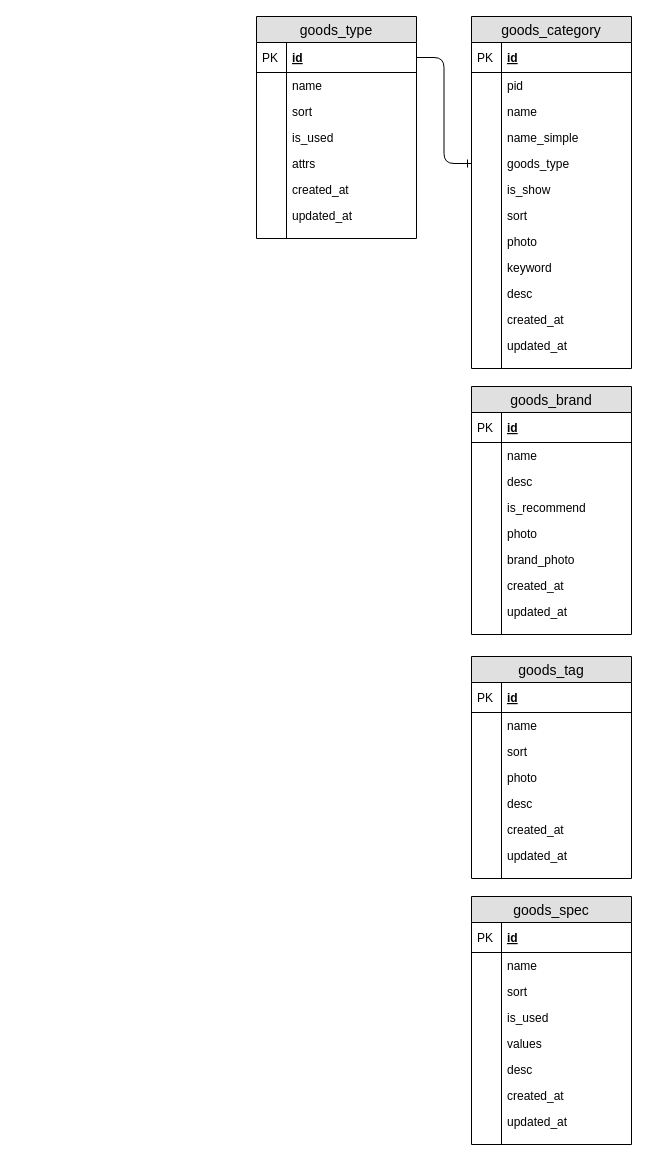
The draw.io diagram 个人开源电商/littlemall_serivce_sql.drawio in wurh/myDesignDoc, before the edit. Source tidied: cells renumbered, new cells numbered last; positions are measured from the earlier drawing's top-left corner, leaving out a move shared by most shapes. Both pictures are drawn from the tidied source at 100%, with x=0, y=0 at pixel (256, 16).
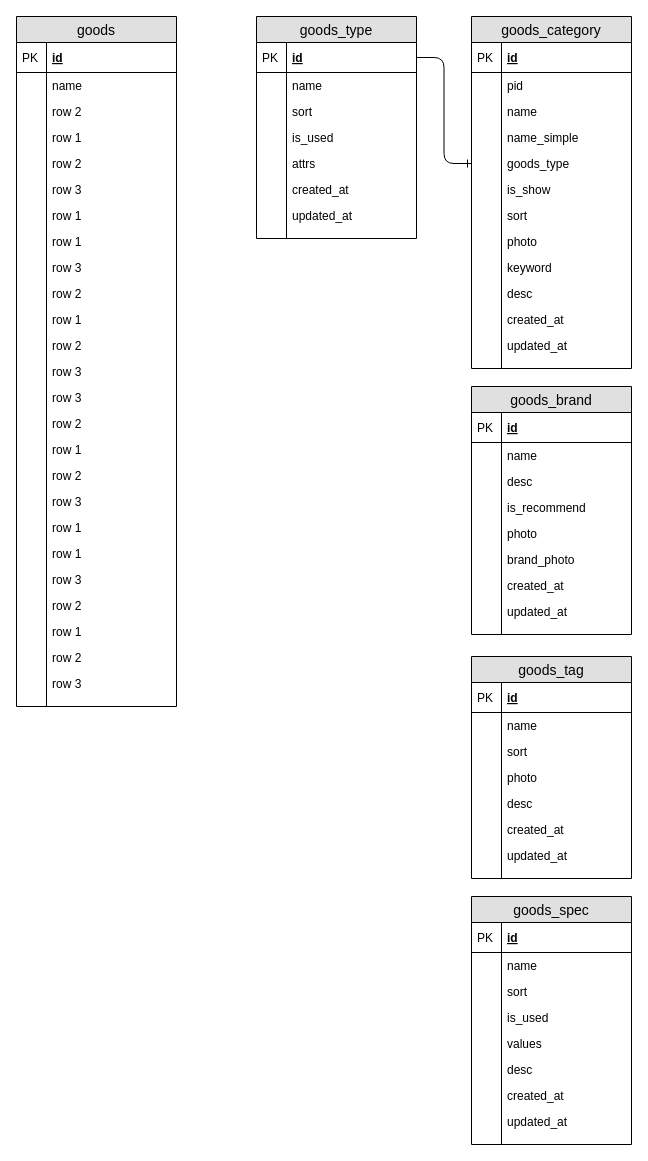
The same diagram, later.

Diff of the diagram source:
```diff
@@
+    <mxCell id="102" value="goods" style="swimlane;fontStyle=0;horizontal=1;startSize=26;fillColor=#e0e0e0;swimlaneFillColor=#ffffff;align=center;fontSize=14;" parent="1" vertex="1">
+      <mxGeometry x="-240" width="160" height="690" as="geometry" />
+    </mxCell>
+    <mxCell id="103" value="id" style="shape=partialRectangle;top=0;left=0;right=0;bottom=1;align=left;verticalAlign=middle;fillColor=none;spacingLeft=34;spacingRight=4;overflow=hidden;fontStyle=5;fontSize=12;" parent="102" vertex="1">
+      <mxGeometry y="26" width="160" height="30" as="geometry" />
+    </mxCell>
+    <mxCell id="104" value="PK" style="shape=partialRectangle;top=0;left=0;bottom=0;fillColor=none;align=left;verticalAlign=middle;spacingLeft=4;spacingRight=4;overflow=hidden;fontSize=12;" parent="103" vertex="1">
+      <mxGeometry width="30" height="30" as="geometry" />
+    </mxCell>
+    <mxCell id="105" value="name" style="shape=partialRectangle;top=0;left=0;right=0;bottom=0;align=left;verticalAlign=top;fillColor=none;spacingLeft=34;spacingRight=4;overflow=hidden;fontSize=12;" parent="102" vertex="1">
+      <mxGeometry y="56" width="160" height="26" as="geometry" />
+    </mxCell>
+    <mxCell id="106" style="shape=partialRectangle;top=0;left=0;bottom=0;fillColor=none;align=left;verticalAlign=top;spacingLeft=4;spacingRight=4;overflow=hidden;fontSize=12;" parent="105" vertex="1">
+      <mxGeometry width="30" height="26" as="geometry" />
+    </mxCell>
+    <mxCell id="107" value="row 2" style="shape=partialRectangle;top=0;left=0;right=0;bottom=0;align=left;verticalAlign=top;fillColor=none;spacingLeft=34;spacingRight=4;overflow=hidden;fontSize=12;" parent="102" vertex="1">
+      <mxGeometry y="82" width="160" height="26" as="geometry" />
+    </mxCell>
+    <mxCell id="108" style="shape=partialRectangle;top=0;left=0;bottom=0;fillColor=none;align=left;verticalAlign=top;spacingLeft=4;spacingRight=4;overflow=hidden;fontSize=12;" parent="107" vertex="1">
+      <mxGeometry width="30" height="26" as="geometry" />
+    </mxCell>
+    <mxCell id="109" value="row 1" style="shape=partialRectangle;top=0;left=0;right=0;bottom=0;align=left;verticalAlign=top;fillColor=none;spacingLeft=34;spacingRight=4;overflow=hidden;fontSize=12;" parent="102" vertex="1">
+      <mxGeometry y="108" width="160" height="26" as="geometry" />
+    </mxCell>
+    <mxCell id="110" style="shape=partialRectangle;top=0;left=0;bottom=0;fillColor=none;align=left;verticalAlign=top;spacingLeft=4;spacingRight=4;overflow=hidden;fontSize=12;" parent="109" vertex="1">
+      <mxGeometry width="30" height="26" as="geometry" />
+    </mxCell>
+    <mxCell id="111" value="row 2" style="shape=partialRectangle;top=0;left=0;right=0;bottom=0;align=left;verticalAlign=top;fillColor=none;spacingLeft=34;spacingRight=4;overflow=hidden;fontSize=12;" parent="102" vertex="1">
+      <mxGeometry y="134" width="160" height="26" as="geometry" />
+    </mxCell>
+    <mxCell id="112" style="shape=partialRectangle;top=0;left=0;bottom=0;fillColor=none;align=left;verticalAlign=top;spacingLeft=4;spacingRight=4;overflow=hidden;fontSize=12;" parent="111" vertex="1">
+      <mxGeometry width="30" height="26" as="geometry" />
+    </mxCell>
+    <mxCell id="113" value="row 3" style="shape=partialRectangle;top=0;left=0;right=0;bottom=0;align=left;verticalAlign=top;fillColor=none;spacingLeft=34;spacingRight=4;overflow=hidden;fontSize=12;" parent="102" vertex="1">
+      <mxGeometry y="160" width="160" height="26" as="geometry" />
+    </mxCell>
+    <mxCell id="114" style="shape=partialRectangle;top=0;left=0;bottom=0;fillColor=none;align=left;verticalAlign=top;spacingLeft=4;spacingRight=4;overflow=hidden;fontSize=12;" parent="113" vertex="1">
+      <mxGeometry width="30" height="26" as="geometry" />
+    </mxCell>
+    <mxCell id="115" value="row 1" style="shape=partialRectangle;top=0;left=0;right=0;bottom=0;align=left;verticalAlign=top;fillColor=none;spacingLeft=34;spacingRight=4;overflow=hidden;fontSize=12;" parent="102" vertex="1">
+      <mxGeometry y="186" width="160" height="26" as="geometry" />
+    </mxCell>
+    <mxCell id="116" style="shape=partialRectangle;top=0;left=0;bottom=0;fillColor=none;align=left;verticalAlign=top;spacingLeft=4;spacingRight=4;overflow=hidden;fontSize=12;" parent="115" vertex="1">
+      <mxGeometry width="30" height="26" as="geometry" />
+    </mxCell>
+    <mxCell id="117" value="row 1" style="shape=partialRectangle;top=0;left=0;right=0;bottom=0;align=left;verticalAlign=top;fillColor=none;spacingLeft=34;spacingRight=4;overflow=hidden;fontSize=12;" parent="102" vertex="1">
+      <mxGeometry y="212" width="160" height="26" as="geometry" />
+    </mxCell>
+    <mxCell id="118" style="shape=partialRectangle;top=0;left=0;bottom=0;fillColor=none;align=left;verticalAlign=top;spacingLeft=4;spacingRight=4;overflow=hidden;fontSize=12;" parent="117" vertex="1">
+      <mxGeometry width="30" height="26" as="geometry" />
+    </mxCell>
+    <mxCell id="119" value="row 3" style="shape=partialRectangle;top=0;left=0;right=0;bottom=0;align=left;verticalAlign=top;fillColor=none;spacingLeft=34;spacingRight=4;overflow=hidden;fontSize=12;" parent="102" vertex="1">
+      <mxGeometry y="238" width="160" height="26" as="geometry" />
+    </mxCell>
+    <mxCell id="120" style="shape=partialRectangle;top=0;left=0;bottom=0;fillColor=none;align=left;verticalAlign=top;spacingLeft=4;spacingRight=4;overflow=hidden;fontSize=12;" parent="119" vertex="1">
+      <mxGeometry width="30" height="26" as="geometry" />
+    </mxCell>
+    <mxCell id="121" value="row 2" style="shape=partialRectangle;top=0;left=0;right=0;bottom=0;align=left;verticalAlign=top;fillColor=none;spacingLeft=34;spacingRight=4;overflow=hidden;fontSize=12;" parent="102" vertex="1">
+      <mxGeometry y="264" width="160" height="26" as="geometry" />
+    </mxCell>
+    <mxCell id="122" style="shape=partialRectangle;top=0;left=0;bottom=0;fillColor=none;align=left;verticalAlign=top;spacingLeft=4;spacingRight=4;overflow=hidden;fontSize=12;" parent="121" vertex="1">
+      <mxGeometry width="30" height="26" as="geometry" />
+    </mxCell>
+    <mxCell id="123" value="row 1" style="shape=partialRectangle;top=0;left=0;right=0;bottom=0;align=left;verticalAlign=top;fillColor=none;spacingLeft=34;spacingRight=4;overflow=hidden;fontSize=12;" parent="102" vertex="1">
+      <mxGeometry y="290" width="160" height="26" as="geometry" />
+    </mxCell>
+    <mxCell id="124" style="shape=partialRectangle;top=0;left=0;bottom=0;fillColor=none;align=left;verticalAlign=top;spacingLeft=4;spacingRight=4;overflow=hidden;fontSize=12;" parent="123" vertex="1">
+      <mxGeometry width="30" height="26" as="geometry" />
+    </mxCell>
+    <mxCell id="125" value="row 2" style="shape=partialRectangle;top=0;left=0;right=0;bottom=0;align=left;verticalAlign=top;fillColor=none;spacingLeft=34;spacingRight=4;overflow=hidden;fontSize=12;" parent="102" vertex="1">
+      <mxGeometry y="316" width="160" height="26" as="geometry" />
+    </mxCell>
+    <mxCell id="126" style="shape=partialRectangle;top=0;left=0;bottom=0;fillColor=none;align=left;verticalAlign=top;spacingLeft=4;spacingRight=4;overflow=hidden;fontSize=12;" parent="125" vertex="1">
+      <mxGeometry width="30" height="26" as="geometry" />
+    </mxCell>
+    <mxCell id="127" value="row 3" style="shape=partialRectangle;top=0;left=0;right=0;bottom=0;align=left;verticalAlign=top;fillColor=none;spacingLeft=34;spacingRight=4;overflow=hidden;fontSize=12;" parent="102" vertex="1">
+      <mxGeometry y="342" width="160" height="26" as="geometry" />
+    </mxCell>
+    <mxCell id="128" style="shape=partialRectangle;top=0;left=0;bottom=0;fillColor=none;align=left;verticalAlign=top;spacingLeft=4;spacingRight=4;overflow=hidden;fontSize=12;" parent="127" vertex="1">
+      <mxGeometry width="30" height="26" as="geometry" />
+    </mxCell>
+    <mxCell id="129" value="row 3" style="shape=partialRectangle;top=0;left=0;right=0;bottom=0;align=left;verticalAlign=top;fillColor=none;spacingLeft=34;spacingRight=4;overflow=hidden;fontSize=12;" parent="102" vertex="1">
+      <mxGeometry y="368" width="160" height="26" as="geometry" />
+    </mxCell>
+    <mxCell id="130" style="shape=partialRectangle;top=0;left=0;bottom=0;fillColor=none;align=left;verticalAlign=top;spacingLeft=4;spacingRight=4;overflow=hidden;fontSize=12;" parent="129" vertex="1">
+      <mxGeometry width="30" height="26" as="geometry" />
+    </mxCell>
+    <mxCell id="131" value="row 2" style="shape=partialRectangle;top=0;left=0;right=0;bottom=0;align=left;verticalAlign=top;fillColor=none;spacingLeft=34;spacingRight=4;overflow=hidden;fontSize=12;" parent="102" vertex="1">
+      <mxGeometry y="394" width="160" height="26" as="geometry" />
+    </mxCell>
+    <mxCell id="132" style="shape=partialRectangle;top=0;left=0;bottom=0;fillColor=none;align=left;verticalAlign=top;spacingLeft=4;spacingRight=4;overflow=hidden;fontSize=12;" parent="131" vertex="1">
+      <mxGeometry width="30" height="26" as="geometry" />
+    </mxCell>
+    <mxCell id="133" value="row 1" style="shape=partialRectangle;top=0;left=0;right=0;bottom=0;align=left;verticalAlign=top;fillColor=none;spacingLeft=34;spacingRight=4;overflow=hidden;fontSize=12;" parent="102" vertex="1">
+      <mxGeometry y="420" width="160" height="26" as="geometry" />
+    </mxCell>
+    <mxCell id="134" style="shape=partialRectangle;top=0;left=0;bottom=0;fillColor=none;align=left;verticalAlign=top;spacingLeft=4;spacingRight=4;overflow=hidden;fontSize=12;" parent="133" vertex="1">
+      <mxGeometry width="30" height="26" as="geometry" />
+    </mxCell>
+    <mxCell id="135" value="row 2" style="shape=partialRectangle;top=0;left=0;right=0;bottom=0;align=left;verticalAlign=top;fillColor=none;spacingLeft=34;spacingRight=4;overflow=hidden;fontSize=12;" parent="102" vertex="1">
+      <mxGeometry y="446" width="160" height="26" as="geometry" />
+    </mxCell>
+    <mxCell id="136" style="shape=partialRectangle;top=0;left=0;bottom=0;fillColor=none;align=left;verticalAlign=top;spacingLeft=4;spacingRight=4;overflow=hidden;fontSize=12;" parent="135" vertex="1">
+      <mxGeometry width="30" height="26" as="geometry" />
+    </mxCell>
+    <mxCell id="137" value="row 3" style="shape=partialRectangle;top=0;left=0;right=0;bottom=0;align=left;verticalAlign=top;fillColor=none;spacingLeft=34;spacingRight=4;overflow=hidden;fontSize=12;" parent="102" vertex="1">
+      <mxGeometry y="472" width="160" height="26" as="geometry" />
+    </mxCell>
+    <mxCell id="138" style="shape=partialRectangle;top=0;left=0;bottom=0;fillColor=none;align=left;verticalAlign=top;spacingLeft=4;spacingRight=4;overflow=hidden;fontSize=12;" parent="137" vertex="1">
+      <mxGeometry width="30" height="26" as="geometry" />
+    </mxCell>
+    <mxCell id="139" value="row 1" style="shape=partialRectangle;top=0;left=0;right=0;bottom=0;align=left;verticalAlign=top;fillColor=none;spacingLeft=34;spacingRight=4;overflow=hidden;fontSize=12;" parent="102" vertex="1">
+      <mxGeometry y="498" width="160" height="26" as="geometry" />
+    </mxCell>
+    <mxCell id="140" style="shape=partialRectangle;top=0;left=0;bottom=0;fillColor=none;align=left;verticalAlign=top;spacingLeft=4;spacingRight=4;overflow=hidden;fontSize=12;" parent="139" vertex="1">
+      <mxGeometry width="30" height="26" as="geometry" />
+    </mxCell>
+    <mxCell id="141" value="row 1" style="shape=partialRectangle;top=0;left=0;right=0;bottom=0;align=left;verticalAlign=top;fillColor=none;spacingLeft=34;spacingRight=4;overflow=hidden;fontSize=12;" parent="102" vertex="1">
+      <mxGeometry y="524" width="160" height="26" as="geometry" />
+    </mxCell>
+    <mxCell id="142" style="shape=partialRectangle;top=0;left=0;bottom=0;fillColor=none;align=left;verticalAlign=top;spacingLeft=4;spacingRight=4;overflow=hidden;fontSize=12;" parent="141" vertex="1">
+      <mxGeometry width="30" height="26" as="geometry" />
+    </mxCell>
+    <mxCell id="143" value="row 3" style="shape=partialRectangle;top=0;left=0;right=0;bottom=0;align=left;verticalAlign=top;fillColor=none;spacingLeft=34;spacingRight=4;overflow=hidden;fontSize=12;" parent="102" vertex="1">
+      <mxGeometry y="550" width="160" height="26" as="geometry" />
+    </mxCell>
+    <mxCell id="144" style="shape=partialRectangle;top=0;left=0;bottom=0;fillColor=none;align=left;verticalAlign=top;spacingLeft=4;spacingRight=4;overflow=hidden;fontSize=12;" parent="143" vertex="1">
+      <mxGeometry width="30" height="26" as="geometry" />
+    </mxCell>
+    <mxCell id="145" value="row 2" style="shape=partialRectangle;top=0;left=0;right=0;bottom=0;align=left;verticalAlign=top;fillColor=none;spacingLeft=34;spacingRight=4;overflow=hidden;fontSize=12;" parent="102" vertex="1">
+      <mxGeometry y="576" width="160" height="26" as="geometry" />
+    </mxCell>
+    <mxCell id="146" style="shape=partialRectangle;top=0;left=0;bottom=0;fillColor=none;align=left;verticalAlign=top;spacingLeft=4;spacingRight=4;overflow=hidden;fontSize=12;" parent="145" vertex="1">
+      <mxGeometry width="30" height="26" as="geometry" />
+    </mxCell>
+    <mxCell id="147" value="row 1" style="shape=partialRectangle;top=0;left=0;right=0;bottom=0;align=left;verticalAlign=top;fillColor=none;spacingLeft=34;spacingRight=4;overflow=hidden;fontSize=12;" parent="102" vertex="1">
+      <mxGeometry y="602" width="160" height="26" as="geometry" />
+    </mxCell>
+    <mxCell id="148" style="shape=partialRectangle;top=0;left=0;bottom=0;fillColor=none;align=left;verticalAlign=top;spacingLeft=4;spacingRight=4;overflow=hidden;fontSize=12;" parent="147" vertex="1">
+      <mxGeometry width="30" height="26" as="geometry" />
+    </mxCell>
+    <mxCell id="149" value="row 2" style="shape=partialRectangle;top=0;left=0;right=0;bottom=0;align=left;verticalAlign=top;fillColor=none;spacingLeft=34;spacingRight=4;overflow=hidden;fontSize=12;" parent="102" vertex="1">
+      <mxGeometry y="628" width="160" height="26" as="geometry" />
+    </mxCell>
+    <mxCell id="150" style="shape=partialRectangle;top=0;left=0;bottom=0;fillColor=none;align=left;verticalAlign=top;spacingLeft=4;spacingRight=4;overflow=hidden;fontSize=12;" parent="149" vertex="1">
+      <mxGeometry width="30" height="26" as="geometry" />
+    </mxCell>
+    <mxCell id="151" value="row 3" style="shape=partialRectangle;top=0;left=0;right=0;bottom=0;align=left;verticalAlign=top;fillColor=none;spacingLeft=34;spacingRight=4;overflow=hidden;fontSize=12;" parent="102" vertex="1">
+      <mxGeometry y="654" width="160" height="26" as="geometry" />
+    </mxCell>
+    <mxCell id="152" style="shape=partialRectangle;top=0;left=0;bottom=0;fillColor=none;align=left;verticalAlign=top;spacingLeft=4;spacingRight=4;overflow=hidden;fontSize=12;" parent="151" vertex="1">
+      <mxGeometry width="30" height="26" as="geometry" />
+    </mxCell>
+    <mxCell id="153" style="shape=partialRectangle;top=0;left=0;right=0;bottom=0;align=left;verticalAlign=top;fillColor=none;spacingLeft=34;spacingRight=4;overflow=hidden;fontSize=12;" parent="102" vertex="1">
+      <mxGeometry y="680" width="160" height="10" as="geometry" />
+    </mxCell>
+    <mxCell id="154" style="shape=partialRectangle;top=0;left=0;bottom=0;fillColor=none;align=left;verticalAlign=top;spacingLeft=4;spacingRight=4;overflow=hidden;fontSize=12;" parent="153" vertex="1">
+      <mxGeometry width="30" height="10" as="geometry" />
+    </mxCell>
```
